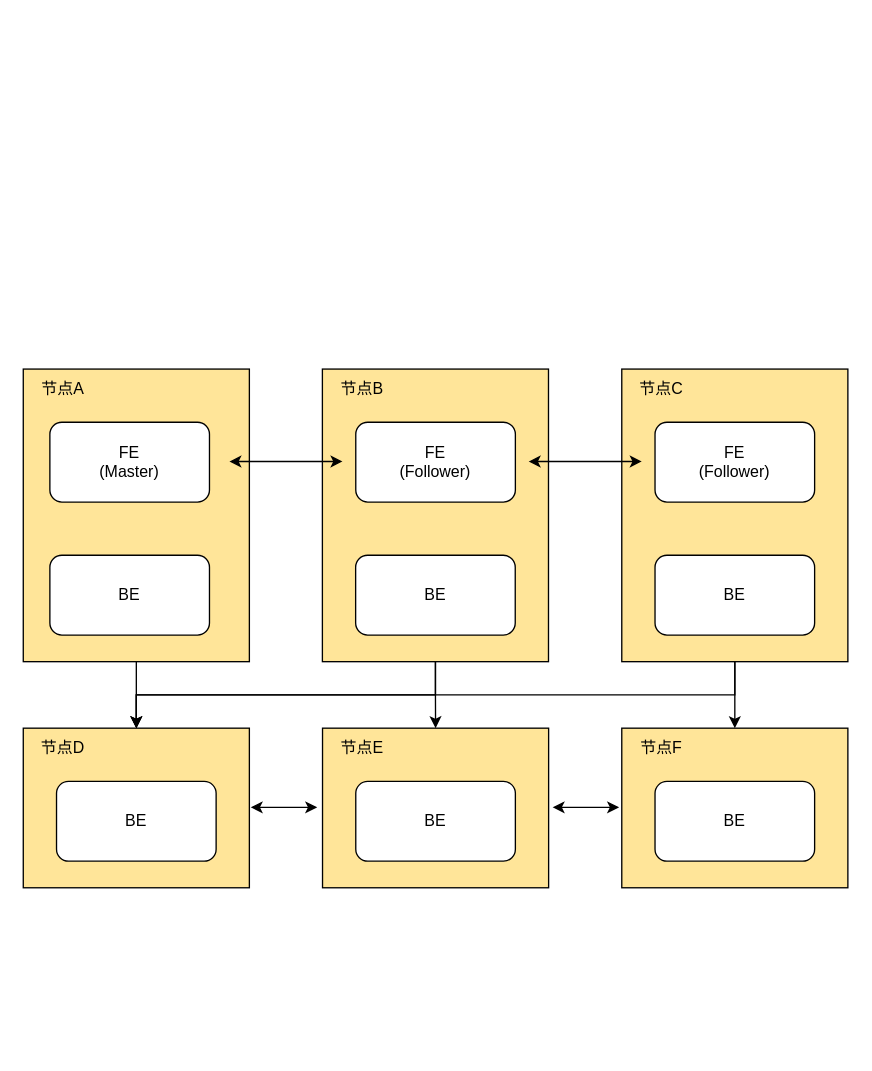
Before: Doris部署方案-方案一.drawio in shaozc3g/draw_io, a draw.io diagram. Source tidied: cells renumbered, new cells numbered last; positions are measured from the earlier drawing's top-left corner, leaving out a move shared by most shapes. Both pictures are drawn from the tidied source at 133%, with x=0, y=0 at pixel (23, 368).
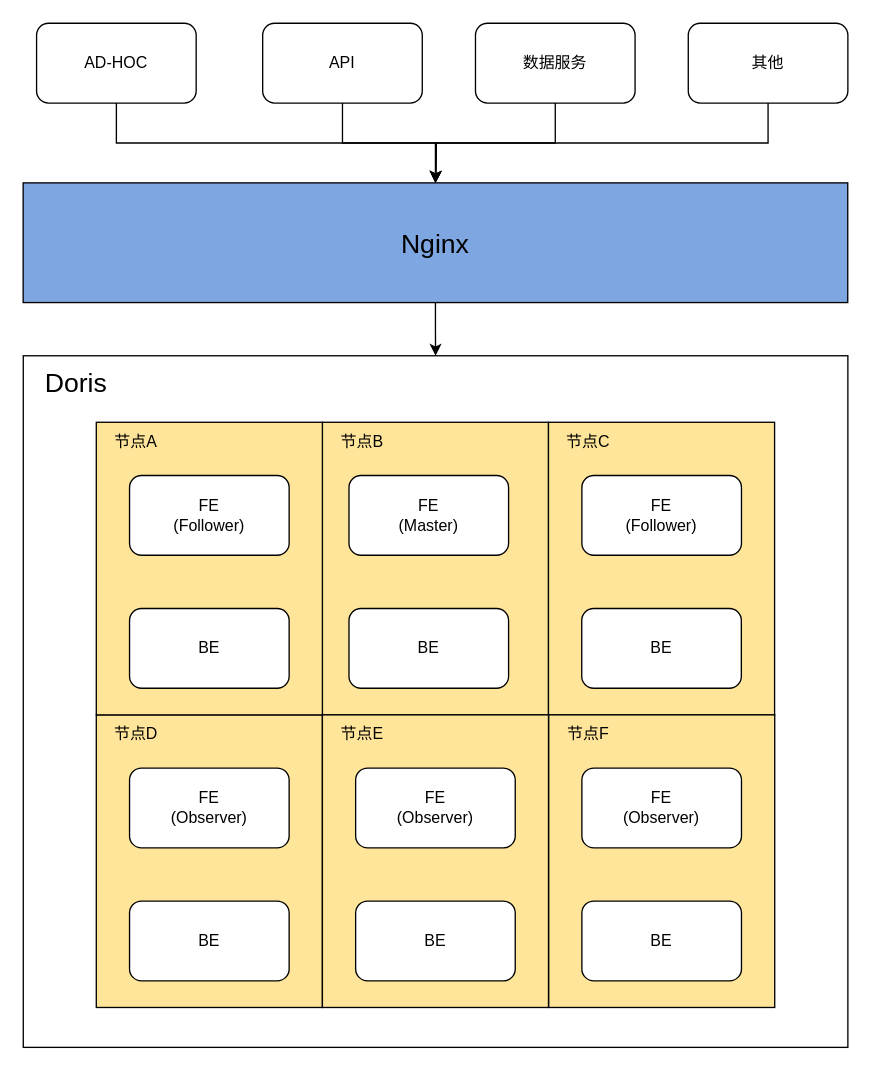
The same diagram, later.

Commit message:
更新Doris部署方案-方案一.drawio

What changed in the source:
```diff
@@
-    <mxCell id="2" style="edgeStyle=orthogonalEdgeStyle;rounded=0;jettySize=auto;html=1;exitX=0.5;exitY=1;exitDx=0;exitDy=0;entryX=0.5;entryY=0;entryDx=0;entryDy=0;" parent="1" edge="1" source="3" target="10">
-      <mxGeometry relative="1" as="geometry" />
-    </mxCell>
+    <mxCell id="32" style="rounded=0;whiteSpace=wrap;html=1;" parent="1" vertex="1">
+      <mxGeometry y="-10" width="620" height="520" as="geometry" />
+    </mxCell>
     <mxCell id="3" style="rounded=0;whiteSpace=wrap;html=1;fillColor=#FFE599;" parent="1" vertex="1">
-      <mxGeometry width="170" height="220" as="geometry" />
+      <mxGeometry x="224.9" y="40" width="170" height="220" as="geometry" />
     </mxCell>
-    <mxCell id="4" style="edgeStyle=orthogonalEdgeStyle;rounded=0;jettySize=auto;html=1;exitX=0.5;exitY=1;exitDx=0;exitDy=0;entryX=0.5;entryY=0;entryDx=0;entryDy=0;" parent="1" edge="1" source="6" target="10">
-      <mxGeometry relative="1" as="geometry" />
-    </mxCell>
-    <mxCell id="5" style="edgeStyle=orthogonalEdgeStyle;rounded=0;jettySize=auto;html=1;exitX=0.5;exitY=1;exitDx=0;exitDy=0;entryX=0.5;entryY=0;entryDx=0;entryDy=0;" parent="1" edge="1" source="6" target="11">
-      <mxGeometry relative="1" as="geometry" />
-    </mxCell>
     <mxCell id="6" style="rounded=0;whiteSpace=wrap;html=1;fillColor=#FFE599;" parent="1" vertex="1">
-      <mxGeometry x="224.9" width="170" height="220" as="geometry" />
+      <mxGeometry x="394.9" y="40" width="170" height="220" as="geometry" />
     </mxCell>
-    <mxCell id="7" style="edgeStyle=orthogonalEdgeStyle;rounded=0;jettySize=auto;html=1;exitX=0.5;exitY=1;exitDx=0;exitDy=0;entryX=0.5;entryY=0;entryDx=0;entryDy=0;" parent="1" edge="1" source="9" target="10">
-      <mxGeometry relative="1" as="geometry" />
-    </mxCell>
-    <mxCell id="8" style="edgeStyle=orthogonalEdgeStyle;rounded=0;jettySize=auto;html=1;exitX=0.5;exitY=1;exitDx=0;exitDy=0;entryX=0.5;entryY=0;entryDx=0;entryDy=0;" parent="1" edge="1" source="9" target="12">
-      <mxGeometry relative="1" as="geometry" />
-    </mxCell>
     <mxCell id="9" style="rounded=0;whiteSpace=wrap;html=1;fillColor=#FFE599;" parent="1" vertex="1">
-      <mxGeometry x="450" width="170" height="220" as="geometry" />
+      <mxGeometry x="54.9" y="260" width="170" height="220" as="geometry" />
     </mxCell>
     <mxCell id="10" style="rounded=0;whiteSpace=wrap;html=1;fillColor=#FFE599;" parent="1" vertex="1">
-      <mxGeometry y="270" width="170" height="120" as="geometry" />
+      <mxGeometry x="395" y="260" width="170" height="220" as="geometry" />
     </mxCell>
     <mxCell id="11" style="rounded=0;whiteSpace=wrap;html=1;fillColor=#FFE599;" parent="1" vertex="1">
-      <mxGeometry x="225" y="270" width="170" height="120" as="geometry" />
+      <mxGeometry x="54.9" y="40" width="170" height="220" as="geometry" />
     </mxCell>
     <mxCell id="12" style="rounded=0;whiteSpace=wrap;html=1;fillColor=#FFE599;" parent="1" vertex="1">
-      <mxGeometry x="450" y="270" width="170" height="120" as="geometry" />
+      <mxGeometry x="224.9" y="260" width="170" height="220" as="geometry" />
     </mxCell>
-    <mxCell id="13" value="节点A" style="text;html=1;align=center;verticalAlign=middle;whiteSpace=wrap;rounded=0;" parent="1" vertex="1">
-      <mxGeometry width="60" height="30" as="geometry" />
+    <mxCell id="13" value="节点B" style="text;html=1;align=center;verticalAlign=middle;whiteSpace=wrap;rounded=0;" parent="1" vertex="1">
+      <mxGeometry x="224.9" y="40" width="60" height="30" as="geometry" />
     </mxCell>
-    <mxCell id="14" value="节点B" style="text;html=1;align=center;verticalAlign=middle;whiteSpace=wrap;rounded=0;" parent="1" vertex="1">
-      <mxGeometry x="224.9" width="60" height="30" as="geometry" />
+    <mxCell id="14" value="节点C" style="text;html=1;align=center;verticalAlign=middle;whiteSpace=wrap;rounded=0;" parent="1" vertex="1">
+      <mxGeometry x="394.9" y="40" width="60" height="30" as="geometry" />
     </mxCell>
-    <mxCell id="15" value="节点C" style="text;html=1;align=center;verticalAlign=middle;whiteSpace=wrap;rounded=0;" parent="1" vertex="1">
-      <mxGeometry x="450" width="60" height="30" as="geometry" />
+    <mxCell id="15" value="节点D" style="text;html=1;align=center;verticalAlign=middle;whiteSpace=wrap;rounded=0;" parent="1" vertex="1">
+      <mxGeometry x="54.9" y="260" width="60" height="30" as="geometry" />
     </mxCell>
-    <mxCell id="16" value="节点D" style="text;html=1;align=center;verticalAlign=middle;whiteSpace=wrap;rounded=0;" parent="1" vertex="1">
-      <mxGeometry y="270" width="60" height="30" as="geometry" />
+    <mxCell id="16" value="节点F" style="text;html=1;align=center;verticalAlign=middle;whiteSpace=wrap;rounded=0;" parent="1" vertex="1">
+      <mxGeometry x="395" y="260" width="60" height="30" as="geometry" />
     </mxCell>
-    <mxCell id="17" value="节点E" style="text;html=1;align=center;verticalAlign=middle;whiteSpace=wrap;rounded=0;" parent="1" vertex="1">
-      <mxGeometry x="225" y="270" width="60" height="30" as="geometry" />
+    <mxCell id="17" value="节点A" style="text;html=1;align=center;verticalAlign=middle;whiteSpace=wrap;rounded=0;" parent="1" vertex="1">
+      <mxGeometry x="54.9" y="40" width="60" height="30" as="geometry" />
     </mxCell>
-    <mxCell id="18" value="节点F" style="text;html=1;align=center;verticalAlign=middle;whiteSpace=wrap;rounded=0;" parent="1" vertex="1">
-      <mxGeometry x="450" y="270" width="60" height="30" as="geometry" />
+    <mxCell id="18" value="节点E" style="text;html=1;align=center;verticalAlign=middle;whiteSpace=wrap;rounded=0;" parent="1" vertex="1">
+      <mxGeometry x="224.9" y="260" width="60" height="30" as="geometry" />
     </mxCell>
     <mxCell id="19" value="FE&lt;div&gt;(Master)&lt;/div&gt;" style="rounded=1;whiteSpace=wrap;html=1;" parent="1" vertex="1">
-      <mxGeometry x="20" y="40" width="120" height="60" as="geometry" />
+      <mxGeometry x="244.9" y="80" width="120" height="60" as="geometry" />
     </mxCell>
     <mxCell id="20" value="FE&lt;div&gt;(Follower)&lt;/div&gt;" style="rounded=1;whiteSpace=wrap;html=1;" parent="1" vertex="1">
-      <mxGeometry x="250" y="40" width="120" height="60" as="geometry" />
+      <mxGeometry x="420" y="80" width="120" height="60" as="geometry" />
     </mxCell>
-    <mxCell id="21" value="FE&lt;div&gt;(Follower)&lt;/div&gt;" style="rounded=1;whiteSpace=wrap;html=1;" parent="1" vertex="1">
-      <mxGeometry x="475" y="40" width="120" height="60" as="geometry" />
+    <mxCell id="21" value="FE&lt;div&gt;(Observer)&lt;/div&gt;" style="rounded=1;whiteSpace=wrap;html=1;" parent="1" vertex="1">
+      <mxGeometry x="79.9" y="300" width="120" height="60" as="geometry" />
     </mxCell>
     <mxCell id="22" value="BE" style="rounded=1;whiteSpace=wrap;html=1;" parent="1" vertex="1">
-      <mxGeometry x="25" y="310" width="120" height="60" as="geometry" />
+      <mxGeometry x="420" y="400" width="120" height="60" as="geometry" />
     </mxCell>
     <mxCell id="23" value="BE" style="rounded=1;whiteSpace=wrap;html=1;" parent="1" vertex="1">
-      <mxGeometry x="250" y="310" width="120" height="60" as="geometry" />
+      <mxGeometry x="79.9" y="180" width="120" height="60" as="geometry" />
     </mxCell>
     <mxCell id="24" value="BE" style="rounded=1;whiteSpace=wrap;html=1;" parent="1" vertex="1">
-      <mxGeometry x="475" y="310" width="120" height="60" as="geometry" />
+      <mxGeometry x="249.9" y="400" width="120" height="60" as="geometry" />
     </mxCell>
-    <mxCell id="25" style="endArrow=classic;startArrow=classic;html=1;rounded=0;" parent="1" edge="1">
-      <mxGeometry relative="1" as="geometry">
-        <mxPoint x="171" y="329.5" as="sourcePoint" />
-        <mxPoint x="221" y="329.5" as="targetPoint" />
-      </mxGeometry>
-    </mxCell>
-    <mxCell id="26" style="endArrow=classic;startArrow=classic;html=1;rounded=0;" parent="1" edge="1">
-      <mxGeometry relative="1" as="geometry">
-        <mxPoint x="398" y="329.5" as="sourcePoint" />
-        <mxPoint x="448" y="329.5" as="targetPoint" />
-      </mxGeometry>
-    </mxCell>
     <mxCell id="27" value="BE" style="rounded=1;whiteSpace=wrap;html=1;" parent="1" vertex="1">
-      <mxGeometry x="20" y="140" width="120" height="60" as="geometry" />
+      <mxGeometry x="244.9" y="180" width="120" height="60" as="geometry" />
     </mxCell>
     <mxCell id="28" value="BE" style="rounded=1;whiteSpace=wrap;html=1;" parent="1" vertex="1">
-      <mxGeometry x="249.9" y="140" width="120" height="60" as="geometry" />
+      <mxGeometry x="419.9" y="180" width="120" height="60" as="geometry" />
     </mxCell>
     <mxCell id="29" value="BE" style="rounded=1;whiteSpace=wrap;html=1;" parent="1" vertex="1">
-      <mxGeometry x="475" y="140" width="120" height="60" as="geometry" />
+      <mxGeometry x="79.9" y="400" width="120" height="60" as="geometry" />
     </mxCell>
-    <mxCell id="30" style="endArrow=classic;startArrow=classic;html=1;rounded=0;" parent="1" edge="1">
-      <mxGeometry relative="1" as="geometry">
-        <mxPoint x="155" y="69.5" as="sourcePoint" />
-        <mxPoint x="240" y="69.5" as="targetPoint" />
-      </mxGeometry>
-    </mxCell>
-    <mxCell id="31" style="endArrow=classic;startArrow=classic;html=1;rounded=0;" parent="1" edge="1">
-      <mxGeometry relative="1" as="geometry">
-        <mxPoint x="380" y="69.5" as="sourcePoint" />
-        <mxPoint x="465" y="69.5" as="targetPoint" />
-      </mxGeometry>
-    </mxCell>
+    <mxCell id="33" style="edgeStyle=orthogonalEdgeStyle;rounded=0;jettySize=auto;html=1;exitX=0.5;exitY=1;exitDx=0;exitDy=0;entryX=0.5;entryY=0;entryDx=0;entryDy=0;horizontal=0;" parent="1" edge="1" source="34" target="32">
+      <mxGeometry relative="1" as="geometry" />
+    </mxCell>
+    <mxCell id="34" value="Nginx" style="rounded=0;whiteSpace=wrap;html=1;fontSize=20;fillColor=#7EA6E0;" parent="1" vertex="1">
+      <mxGeometry x="-0.1" y="-140" width="620" height="90" as="geometry" />
+    </mxCell>
+    <mxCell id="35" style="edgeStyle=orthogonalEdgeStyle;rounded=0;jettySize=auto;html=1;exitX=0.5;exitY=1;exitDx=0;exitDy=0;" parent="1" edge="1" source="36" target="34">
+      <mxGeometry relative="1" as="geometry" />
+    </mxCell>
+    <mxCell id="36" value="AD-HOC" style="rounded=1;whiteSpace=wrap;html=1;" parent="1" vertex="1">
+      <mxGeometry x="10" y="-260" width="120" height="60" as="geometry" />
+    </mxCell>
+    <mxCell id="37" style="edgeStyle=orthogonalEdgeStyle;rounded=0;jettySize=auto;html=1;exitX=0.5;exitY=1;exitDx=0;exitDy=0;" parent="1" edge="1" source="38">
+      <mxGeometry relative="1" as="geometry">
+        <mxPoint x="310" y="-140" as="targetPoint" />
+      </mxGeometry>
+    </mxCell>
+    <mxCell id="38" value="API" style="rounded=1;whiteSpace=wrap;html=1;" parent="1" vertex="1">
+      <mxGeometry x="180" y="-260" width="120" height="60" as="geometry" />
+    </mxCell>
+    <mxCell id="39" style="edgeStyle=orthogonalEdgeStyle;rounded=0;jettySize=auto;html=1;exitX=0.5;exitY=1;exitDx=0;exitDy=0;" parent="1" edge="1" source="40">
+      <mxGeometry relative="1" as="geometry">
+        <mxPoint x="310" y="-140" as="targetPoint" />
+      </mxGeometry>
+    </mxCell>
+    <mxCell id="40" value="数据服务" style="rounded=1;whiteSpace=wrap;html=1;" parent="1" vertex="1">
+      <mxGeometry x="340" y="-260" width="120" height="60" as="geometry" />
+    </mxCell>
+    <mxCell id="41" style="edgeStyle=orthogonalEdgeStyle;rounded=0;jettySize=auto;html=1;exitX=0.5;exitY=1;exitDx=0;exitDy=0;" parent="1" edge="1" source="42">
+      <mxGeometry relative="1" as="geometry">
+        <mxPoint x="310" y="-140" as="targetPoint" />
+      </mxGeometry>
+    </mxCell>
+    <mxCell id="42" value="其他" style="rounded=1;whiteSpace=wrap;html=1;" parent="1" vertex="1">
+      <mxGeometry x="500" y="-260" width="120" height="60" as="geometry" />
+    </mxCell>
+    <mxCell id="43" value="FE&lt;div&gt;(Follower)&lt;/div&gt;" style="rounded=1;whiteSpace=wrap;html=1;" parent="1" vertex="1">
+      <mxGeometry x="79.9" y="80" width="120" height="60" as="geometry" />
+    </mxCell>
+    <mxCell id="44" value="FE&lt;div&gt;(Observer)&lt;/div&gt;" style="rounded=1;whiteSpace=wrap;html=1;" parent="1" vertex="1">
+      <mxGeometry x="249.9" y="300" width="120" height="60" as="geometry" />
+    </mxCell>
+    <mxCell id="45" value="FE&lt;div&gt;(Observer)&lt;/div&gt;" style="rounded=1;whiteSpace=wrap;html=1;" parent="1" vertex="1">
+      <mxGeometry x="420" y="300" width="120" height="60" as="geometry" />
+    </mxCell>
+    <mxCell id="46" value="Doris" style="text;html=1;align=center;verticalAlign=middle;whiteSpace=wrap;rounded=0;fontSize=20;" parent="1" vertex="1">
+      <mxGeometry y="-10" width="80" height="40" as="geometry" />
+    </mxCell>
```
